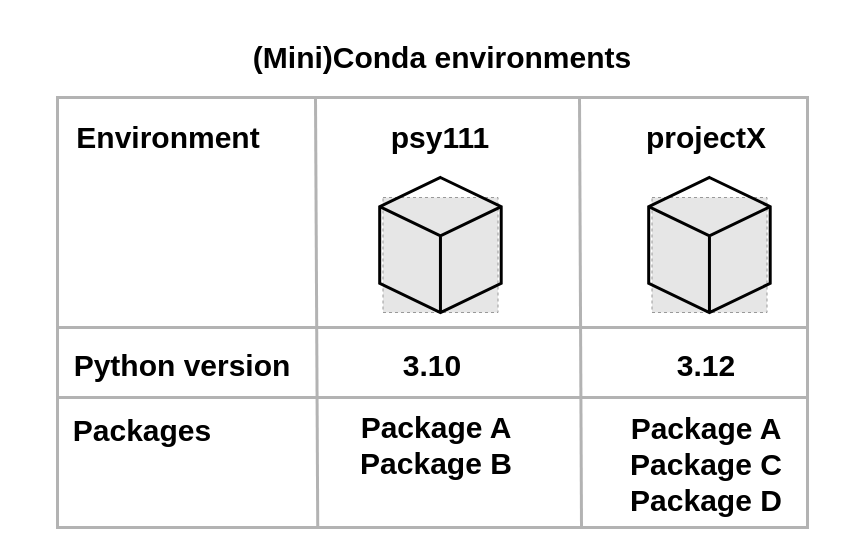
Before: _static/figures/conda.drawio in mibur1/psy111, a draw.io diagram. Source tidied: cells renumbered, new cells numbered last; positions are measured from the earlier drawing's top-left corner, leaving out a move shared by most shapes. Both pictures are drawn from the tidied source at 100%, with x=0, y=0 at pixel (17, 17). Pictures stored in the file or linked from it are replaced by grey dashed boxes.
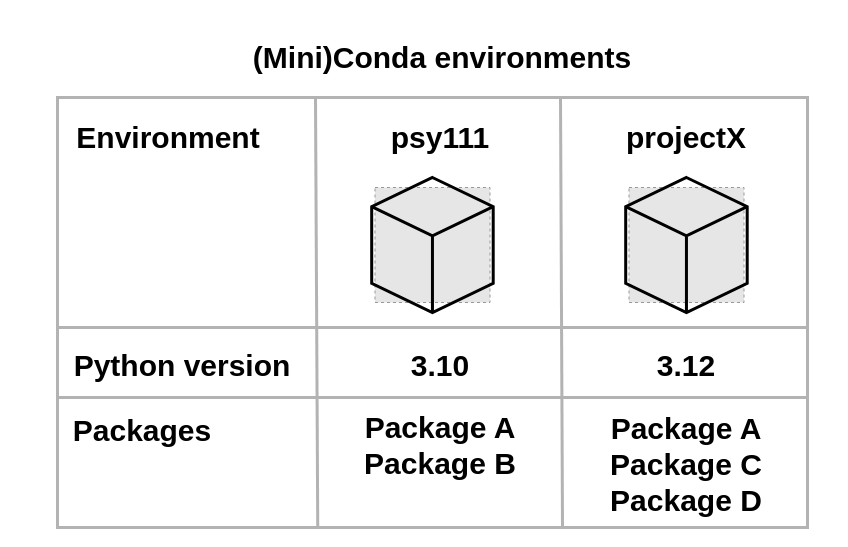
The same page after the edit.

The edit, as a diff of the source:
```diff
@@
-    <mxCell id="3" style="fillColor=#E6E6E6;strokeColor=#999999;dashed=1;verticalLabelPosition=bottom;labelBackgroundColor=default;verticalAlign=top;" parent="1" vertex="1">
-      <mxGeometry x="365.5" y="180" width="115" height="115" as="geometry" />
-    </mxCell>
-    <mxCell id="4" style="html=1;whiteSpace=wrap;shape=isoCube2;backgroundOutline=1;isoAngle=15;fillColor=none;strokeWidth=3;" parent="1" vertex="1">
-      <mxGeometry x="362.2" y="160" width="121.5" height="135" as="geometry" />
-    </mxCell>
@@
     <mxCell id="7" value="&lt;b&gt;&lt;font style=&quot;font-size: 30px;&quot;&gt;projectX&lt;br&gt;&lt;/font&gt;&lt;/b&gt;" style="text;html=1;align=center;verticalAlign=middle;whiteSpace=wrap;rounded=0;" parent="1" vertex="1">
-      <mxGeometry x="564" y="80" width="250" height="80" as="geometry" />
+      <mxGeometry x="548" y="80" width="242" height="80" as="geometry" />
     </mxCell>
@@
     <mxCell id="9" value="&lt;b&gt;&lt;font style=&quot;font-size: 30px;&quot;&gt;3.12&lt;br&gt;&lt;/font&gt;&lt;/b&gt;" style="text;html=1;align=center;verticalAlign=middle;whiteSpace=wrap;rounded=0;" parent="1" vertex="1">
-      <mxGeometry x="564" y="308" width="250" height="80" as="geometry" />
+      <mxGeometry x="548" y="308" width="242" height="80" as="geometry" />
     </mxCell>
     <mxCell id="10" value="&lt;b&gt;&lt;font style=&quot;font-size: 30px;&quot;&gt;3.10&lt;/font&gt;&lt;/b&gt;" style="text;html=1;align=center;verticalAlign=middle;whiteSpace=wrap;rounded=0;" parent="1" vertex="1">
-      <mxGeometry x="290" y="308" width="250" height="80" as="geometry" />
+      <mxGeometry x="298" y="308" width="250" height="80" as="geometry" />
     </mxCell>
@@
     <mxCell id="12" value="&lt;div&gt;&lt;b&gt;&lt;font style=&quot;font-size: 30px;&quot;&gt;Package A&lt;/font&gt;&lt;/b&gt;&lt;/div&gt;&lt;div&gt;&lt;b&gt;&lt;font style=&quot;font-size: 30px;&quot;&gt;Package B&lt;br&gt;&lt;/font&gt;&lt;/b&gt;&lt;/div&gt;" style="text;html=1;align=center;verticalAlign=middle;whiteSpace=wrap;rounded=0;" parent="1" vertex="1">
-      <mxGeometry x="294" y="388" width="250" height="80" as="geometry" />
+      <mxGeometry x="298" y="388" width="250" height="80" as="geometry" />
     </mxCell>
     <mxCell id="13" value="&lt;div&gt;&lt;b&gt;&lt;font style=&quot;font-size: 30px;&quot;&gt;Package A&lt;/font&gt;&lt;/b&gt;&lt;/div&gt;&lt;div&gt;&lt;b&gt;&lt;font style=&quot;font-size: 30px;&quot;&gt;Package C&lt;/font&gt;&lt;/b&gt;&lt;/div&gt;&lt;div&gt;&lt;b&gt;&lt;font style=&quot;font-size: 30px;&quot;&gt;Package D&lt;br&gt;&lt;/font&gt;&lt;/b&gt;&lt;/div&gt;" style="text;html=1;align=center;verticalAlign=middle;whiteSpace=wrap;rounded=0;" parent="1" vertex="1">
-      <mxGeometry x="564" y="407" width="250" height="80" as="geometry" />
+      <mxGeometry x="548" y="407" width="242" height="80" as="geometry" />
     </mxCell>
@@
     <mxCell id="15" style="fillColor=#E6E6E6;strokeColor=#999999;dashed=1;verticalLabelPosition=bottom;labelBackgroundColor=default;verticalAlign=top;" parent="1" vertex="1">
-      <mxGeometry x="634.5" y="180" width="115" height="115" as="geometry" />
+      <mxGeometry x="611.5" y="170" width="115" height="115" as="geometry" />
     </mxCell>
     <mxCell id="16" style="html=1;whiteSpace=wrap;shape=isoCube2;backgroundOutline=1;isoAngle=15;fillColor=none;strokeWidth=3;" parent="1" vertex="1">
-      <mxGeometry x="631.2" y="160" width="121.5" height="135" as="geometry" />
+      <mxGeometry x="608.2" y="160" width="121.5" height="135" as="geometry" />
     </mxCell>
@@
     <mxCell id="20" style="endArrow=none;html=1;rounded=0;strokeWidth=3;exitX=0.347;exitY=1;exitDx=0;exitDy=0;exitPerimeter=0;strokeColor=#B3B3B3;" parent="1" edge="1">
       <mxGeometry relative="1" as="geometry">
-        <mxPoint x="564" y="510" as="sourcePoint" />
-        <mxPoint x="562" y="80" as="targetPoint" />
+        <mxPoint x="545" y="510" as="sourcePoint" />
+        <mxPoint x="543" y="80" as="targetPoint" />
       </mxGeometry>
     </mxCell>
+    <mxCell id="21" style="fillColor=#E6E6E6;strokeColor=#999999;dashed=1;verticalLabelPosition=bottom;labelBackgroundColor=default;verticalAlign=top;" parent="1" vertex="1">
+      <mxGeometry x="357.5" y="170" width="115" height="115" as="geometry" />
+    </mxCell>
+    <mxCell id="22" style="html=1;whiteSpace=wrap;shape=isoCube2;backgroundOutline=1;isoAngle=15;fillColor=none;strokeWidth=3;" parent="1" vertex="1">
+      <mxGeometry x="354.2" y="160" width="121.5" height="135" as="geometry" />
+    </mxCell>
```
